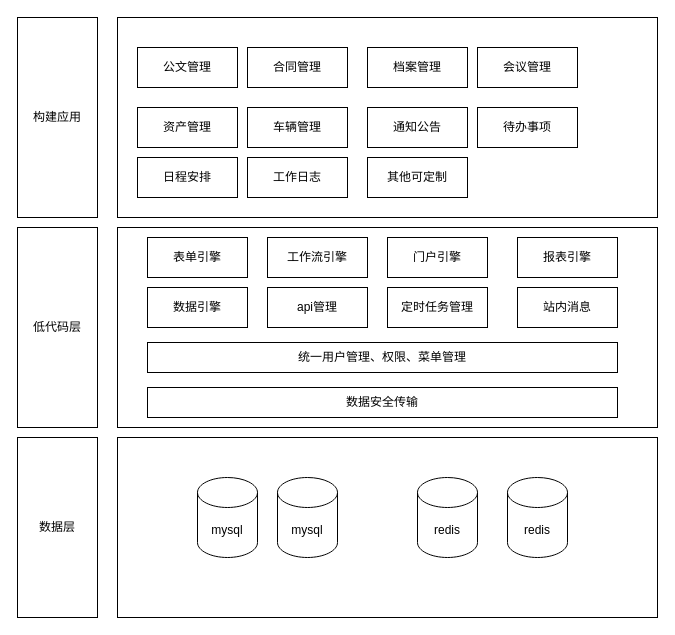
This is 未命名绘图.drawio from zhangfengman/autoJs, a draw.io file, before an edit. Source tidied: cells renumbered, new cells numbered last; positions are measured from the earlier drawing's top-left corner, leaving out a move shared by most shapes. Both pictures are drawn from the tidied source at 100%, with x=0, y=0 at pixel (17, 17).
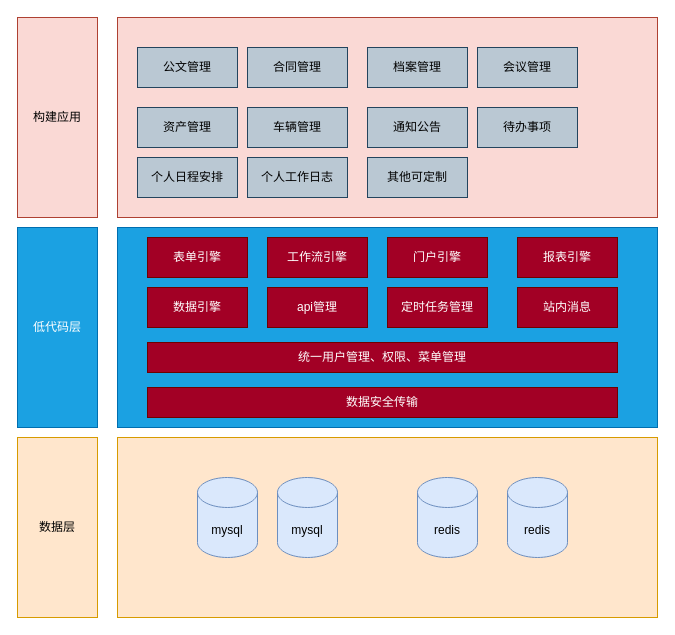
Above is the later version.

Commit message (it also covers changes not shown here):
更新未命名绘图.drawio

What changed in the source:
```diff
@@
-    <mxCell id="2" value="数据层" style="rounded=0;whiteSpace=wrap;html=1;" parent="1" vertex="1">
+    <mxCell id="2" value="数据层" style="rounded=0;whiteSpace=wrap;html=1;fillColor=#ffe6cc;strokeColor=#d79b00;" parent="1" vertex="1">
       <mxGeometry y="420" width="80" height="180" as="geometry" />
     </mxCell>
-    <mxCell id="3" style="rounded=0;whiteSpace=wrap;html=1;" parent="1" vertex="1">
+    <mxCell id="3" style="rounded=0;whiteSpace=wrap;html=1;fillColor=#ffe6cc;strokeColor=#d79b00;" parent="1" vertex="1">
       <mxGeometry x="100" y="420" width="540" height="180" as="geometry" />
     </mxCell>
-    <mxCell id="4" value="低代码层" style="rounded=0;whiteSpace=wrap;html=1;" parent="1" vertex="1">
+    <mxCell id="4" value="低代码层" style="rounded=0;whiteSpace=wrap;html=1;fillColor=#1ba1e2;fontColor=#ffffff;strokeColor=#006EAF;" parent="1" vertex="1">
       <mxGeometry y="210" width="80" height="200" as="geometry" />
     </mxCell>
-    <mxCell id="5" style="rounded=0;whiteSpace=wrap;html=1;" parent="1" vertex="1">
+    <mxCell id="5" style="rounded=0;whiteSpace=wrap;html=1;fillColor=#1ba1e2;fontColor=#ffffff;strokeColor=#006EAF;" parent="1" vertex="1">
       <mxGeometry x="100" y="210" width="540" height="200" as="geometry" />
     </mxCell>
-    <mxCell id="6" value="mysql" style="shape=cylinder3;whiteSpace=wrap;html=1;boundedLbl=1;backgroundOutline=1;size=15;" parent="1" vertex="1">
+    <mxCell id="6" value="mysql" style="shape=cylinder3;whiteSpace=wrap;html=1;boundedLbl=1;backgroundOutline=1;size=15;fillColor=#dae8fc;strokeColor=#6c8ebf;" parent="1" vertex="1">
       <mxGeometry x="180" y="460" width="60" height="80" as="geometry" />
     </mxCell>
-    <mxCell id="7" value="redis" style="shape=cylinder3;whiteSpace=wrap;html=1;boundedLbl=1;backgroundOutline=1;size=15;" parent="1" vertex="1">
+    <mxCell id="7" value="redis" style="shape=cylinder3;whiteSpace=wrap;html=1;boundedLbl=1;backgroundOutline=1;size=15;fillColor=#dae8fc;strokeColor=#6c8ebf;" parent="1" vertex="1">
       <mxGeometry x="400" y="460" width="60" height="80" as="geometry" />
     </mxCell>
-    <mxCell id="8" value="mysql" style="shape=cylinder3;whiteSpace=wrap;html=1;boundedLbl=1;backgroundOutline=1;size=15;" parent="1" vertex="1">
+    <mxCell id="8" value="mysql" style="shape=cylinder3;whiteSpace=wrap;html=1;boundedLbl=1;backgroundOutline=1;size=15;fillColor=#dae8fc;strokeColor=#6c8ebf;" parent="1" vertex="1">
       <mxGeometry x="260" y="460" width="60" height="80" as="geometry" />
     </mxCell>
-    <mxCell id="9" value="redis" style="shape=cylinder3;whiteSpace=wrap;html=1;boundedLbl=1;backgroundOutline=1;size=15;" parent="1" vertex="1">
+    <mxCell id="9" value="redis" style="shape=cylinder3;whiteSpace=wrap;html=1;boundedLbl=1;backgroundOutline=1;size=15;fillColor=#dae8fc;strokeColor=#6c8ebf;" parent="1" vertex="1">
       <mxGeometry x="490" y="460" width="60" height="80" as="geometry" />
     </mxCell>
-    <mxCell id="10" value="表单引擎" style="rounded=0;whiteSpace=wrap;html=1;" parent="1" vertex="1">
+    <mxCell id="10" value="表单引擎" style="rounded=0;whiteSpace=wrap;html=1;fillColor=#a20025;fontColor=#ffffff;strokeColor=#6F0000;" parent="1" vertex="1">
       <mxGeometry x="130" y="220" width="100" height="40" as="geometry" />
     </mxCell>
-    <mxCell id="11" value="工作流引擎" style="rounded=0;whiteSpace=wrap;html=1;" parent="1" vertex="1">
+    <mxCell id="11" value="工作流引擎" style="rounded=0;whiteSpace=wrap;html=1;fillColor=#a20025;fontColor=#ffffff;strokeColor=#6F0000;" parent="1" vertex="1">
       <mxGeometry x="250" y="220" width="100" height="40" as="geometry" />
     </mxCell>
-    <mxCell id="12" value="门户引擎" style="rounded=0;whiteSpace=wrap;html=1;" parent="1" vertex="1">
+    <mxCell id="12" value="门户引擎" style="rounded=0;whiteSpace=wrap;html=1;fillColor=#a20025;fontColor=#ffffff;strokeColor=#6F0000;" parent="1" vertex="1">
       <mxGeometry x="370" y="220" width="100" height="40" as="geometry" />
     </mxCell>
-    <mxCell id="13" value="报表引擎" style="rounded=0;whiteSpace=wrap;html=1;" parent="1" vertex="1">
+    <mxCell id="13" value="报表引擎" style="rounded=0;whiteSpace=wrap;html=1;fillColor=#a20025;fontColor=#ffffff;strokeColor=#6F0000;" parent="1" vertex="1">
       <mxGeometry x="500" y="220" width="100" height="40" as="geometry" />
     </mxCell>
-    <mxCell id="14" value="数据引擎" style="rounded=0;whiteSpace=wrap;html=1;" parent="1" vertex="1">
+    <mxCell id="14" value="数据引擎" style="rounded=0;whiteSpace=wrap;html=1;fillColor=#a20025;fontColor=#ffffff;strokeColor=#6F0000;" parent="1" vertex="1">
       <mxGeometry x="130" y="270" width="100" height="40" as="geometry" />
     </mxCell>
-    <mxCell id="15" value="api管理" style="rounded=0;whiteSpace=wrap;html=1;" parent="1" vertex="1">
+    <mxCell id="15" value="api管理" style="rounded=0;whiteSpace=wrap;html=1;fillColor=#a20025;fontColor=#ffffff;strokeColor=#6F0000;" parent="1" vertex="1">
       <mxGeometry x="250" y="270" width="100" height="40" as="geometry" />
     </mxCell>
-    <mxCell id="16" value="定时任务管理" style="rounded=0;whiteSpace=wrap;html=1;" parent="1" vertex="1">
+    <mxCell id="16" value="定时任务管理" style="rounded=0;whiteSpace=wrap;html=1;fillColor=#a20025;fontColor=#ffffff;strokeColor=#6F0000;" parent="1" vertex="1">
       <mxGeometry x="370" y="270" width="100" height="40" as="geometry" />
     </mxCell>
-    <mxCell id="17" value="站内消息" style="rounded=0;whiteSpace=wrap;html=1;" parent="1" vertex="1">
+    <mxCell id="17" value="站内消息" style="rounded=0;whiteSpace=wrap;html=1;fillColor=#a20025;fontColor=#ffffff;strokeColor=#6F0000;" parent="1" vertex="1">
       <mxGeometry x="500" y="270" width="100" height="40" as="geometry" />
     </mxCell>
-    <mxCell id="18" value="统一用户管理、权限、菜单管理" style="rounded=0;whiteSpace=wrap;html=1;" parent="1" vertex="1">
+    <mxCell id="18" value="统一用户管理、权限、菜单管理" style="rounded=0;whiteSpace=wrap;html=1;fillColor=#a20025;fontColor=#ffffff;strokeColor=#6F0000;" parent="1" vertex="1">
       <mxGeometry x="130" y="325" width="470" height="30" as="geometry" />
     </mxCell>
-    <mxCell id="19" value="数据安全传输" style="rounded=0;whiteSpace=wrap;html=1;" parent="1" vertex="1">
+    <mxCell id="19" value="数据安全传输" style="rounded=0;whiteSpace=wrap;html=1;fillColor=#a20025;fontColor=#ffffff;strokeColor=#6F0000;" parent="1" vertex="1">
       <mxGeometry x="130" y="370" width="470" height="30" as="geometry" />
     </mxCell>
-    <mxCell id="20" value="构建应用" style="rounded=0;whiteSpace=wrap;html=1;" parent="1" vertex="1">
+    <mxCell id="20" value="构建应用" style="rounded=0;whiteSpace=wrap;html=1;fillColor=#fad9d5;strokeColor=#ae4132;" parent="1" vertex="1">
       <mxGeometry width="80" height="200" as="geometry" />
     </mxCell>
-    <mxCell id="21" style="rounded=0;whiteSpace=wrap;html=1;" parent="1" vertex="1">
+    <mxCell id="21" style="rounded=0;whiteSpace=wrap;html=1;fillColor=#fad9d5;strokeColor=#ae4132;" parent="1" vertex="1">
       <mxGeometry x="100" width="540" height="200" as="geometry" />
     </mxCell>
-    <mxCell id="22" value="公文管理" style="rounded=0;whiteSpace=wrap;html=1;" parent="1" vertex="1">
+    <mxCell id="22" value="公文管理" style="rounded=0;whiteSpace=wrap;html=1;fillColor=#bac8d3;strokeColor=#23445d;" parent="1" vertex="1">
       <mxGeometry x="120" y="30" width="100" height="40" as="geometry" />
     </mxCell>
-    <mxCell id="23" value="合同管理" style="rounded=0;whiteSpace=wrap;html=1;" parent="1" vertex="1">
+    <mxCell id="23" value="合同管理" style="rounded=0;whiteSpace=wrap;html=1;fillColor=#bac8d3;strokeColor=#23445d;" parent="1" vertex="1">
       <mxGeometry x="230" y="30" width="100" height="40" as="geometry" />
     </mxCell>
-    <mxCell id="24" value="档案管理" style="rounded=0;whiteSpace=wrap;html=1;" parent="1" vertex="1">
+    <mxCell id="24" value="档案管理" style="rounded=0;whiteSpace=wrap;html=1;fillColor=#bac8d3;strokeColor=#23445d;" parent="1" vertex="1">
       <mxGeometry x="350" y="30" width="100" height="40" as="geometry" />
     </mxCell>
-    <mxCell id="25" value="会议管理" style="rounded=0;whiteSpace=wrap;html=1;" parent="1" vertex="1">
+    <mxCell id="25" value="会议管理" style="rounded=0;whiteSpace=wrap;html=1;fillColor=#bac8d3;strokeColor=#23445d;" parent="1" vertex="1">
       <mxGeometry x="460" y="30" width="100" height="40" as="geometry" />
     </mxCell>
-    <mxCell id="26" value="资产管理" style="rounded=0;whiteSpace=wrap;html=1;" parent="1" vertex="1">
+    <mxCell id="26" value="资产管理" style="rounded=0;whiteSpace=wrap;html=1;fillColor=#bac8d3;strokeColor=#23445d;" parent="1" vertex="1">
       <mxGeometry x="120" y="90" width="100" height="40" as="geometry" />
     </mxCell>
-    <mxCell id="27" value="车辆管理" style="rounded=0;whiteSpace=wrap;html=1;" parent="1" vertex="1">
+    <mxCell id="27" value="车辆管理" style="rounded=0;whiteSpace=wrap;html=1;fillColor=#bac8d3;strokeColor=#23445d;" parent="1" vertex="1">
       <mxGeometry x="230" y="90" width="100" height="40" as="geometry" />
     </mxCell>
-    <mxCell id="28" value="通知公告" style="rounded=0;whiteSpace=wrap;html=1;" parent="1" vertex="1">
+    <mxCell id="28" value="通知公告" style="rounded=0;whiteSpace=wrap;html=1;fillColor=#bac8d3;strokeColor=#23445d;" parent="1" vertex="1">
       <mxGeometry x="350" y="90" width="100" height="40" as="geometry" />
     </mxCell>
-    <mxCell id="29" value="待办事项" style="rounded=0;whiteSpace=wrap;html=1;" parent="1" vertex="1">
+    <mxCell id="29" value="待办事项" style="rounded=0;whiteSpace=wrap;html=1;fillColor=#bac8d3;strokeColor=#23445d;" parent="1" vertex="1">
       <mxGeometry x="460" y="90" width="100" height="40" as="geometry" />
     </mxCell>
-    <mxCell id="30" value="日程安排" style="rounded=0;whiteSpace=wrap;html=1;" parent="1" vertex="1">
+    <mxCell id="30" value="个人日程安排" style="rounded=0;whiteSpace=wrap;html=1;fillColor=#bac8d3;strokeColor=#23445d;" parent="1" vertex="1">
       <mxGeometry x="120" y="140" width="100" height="40" as="geometry" />
     </mxCell>
-    <mxCell id="31" value="工作日志" style="rounded=0;whiteSpace=wrap;html=1;" parent="1" vertex="1">
+    <mxCell id="31" value="个人工作日志" style="rounded=0;whiteSpace=wrap;html=1;fillColor=#bac8d3;strokeColor=#23445d;" parent="1" vertex="1">
       <mxGeometry x="230" y="140" width="100" height="40" as="geometry" />
     </mxCell>
-    <mxCell id="32" value="其他可定制" style="rounded=0;whiteSpace=wrap;html=1;" parent="1" vertex="1">
+    <mxCell id="32" value="其他可定制" style="rounded=0;whiteSpace=wrap;html=1;fillColor=#bac8d3;strokeColor=#23445d;" parent="1" vertex="1">
       <mxGeometry x="350" y="140" width="100" height="40" as="geometry" />
     </mxCell>
```
